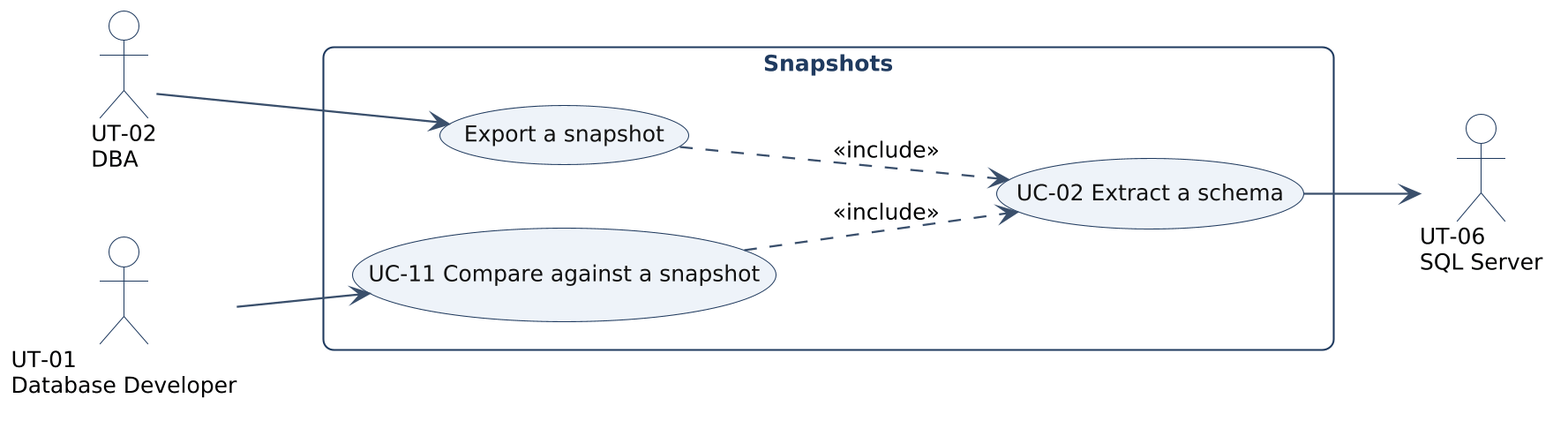
The PlantUML diagram docs/images/requirements/uc-snapshots.png in databasedeployment/databasedeployment, before a commit.
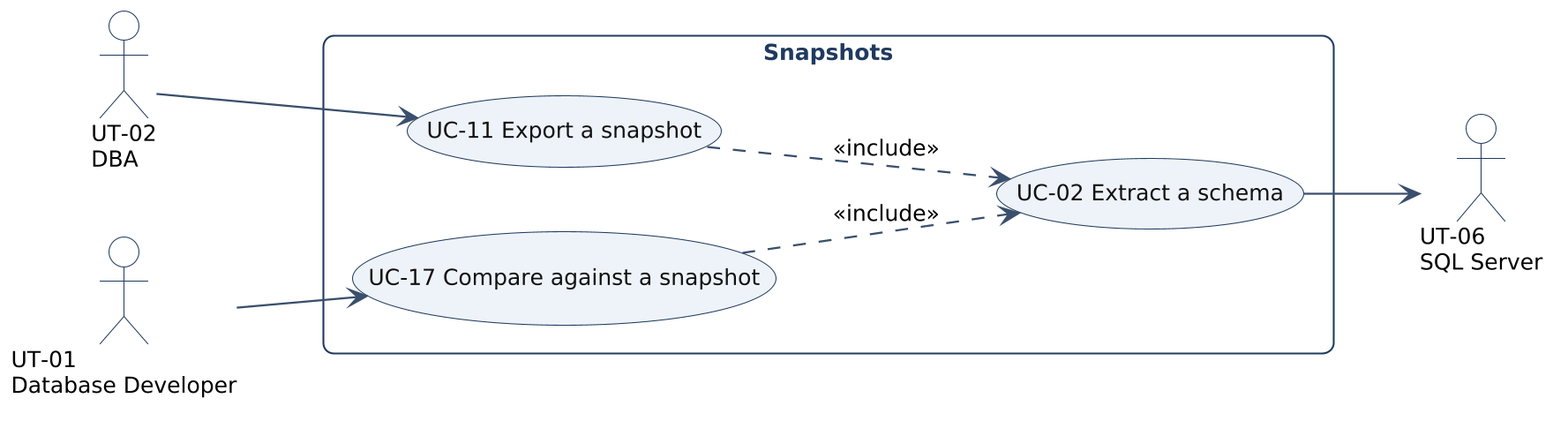
Above is the later version.

Commit message:
docs(requirements): split UC-11 into export and compare

The edit, as a diff of the source:
```diff
@@ -5,13 +5,13 @@
 actor "UT-01\nDatabase Developer" as DEV
 actor "UT-06\nSQL Server" as SQL
 rectangle "Snapshots" {
-  usecase "Export a snapshot" as EX
-  usecase "UC-11 Compare against a snapshot" as UC11
+  usecase "UC-11 Export a snapshot" as UC11
+  usecase "UC-17 Compare against a snapshot" as UC17
   usecase "UC-02 Extract a schema" as UC02
 }
-DBA --> EX
-DEV --> UC11
-EX ..> UC02 : <<include>>
+DBA --> UC11
+DEV --> UC17
 UC11 ..> UC02 : <<include>>
+UC17 ..> UC02 : <<include>>
 UC02 --> SQL
 @enduml
```
